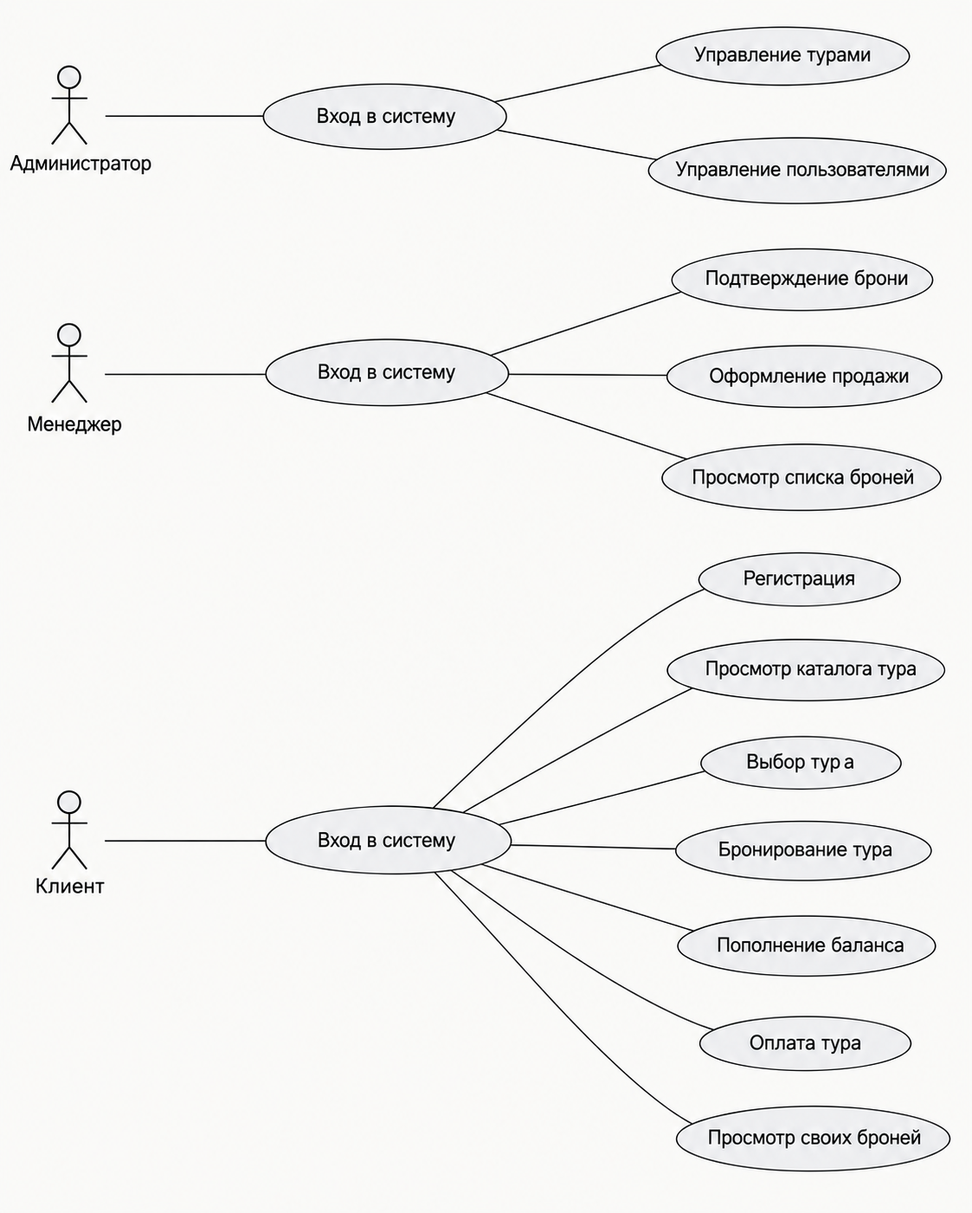
Before: docs/diagrams/use_case.png, a diagram exported from PlantUML (ego1sto666/accounting-for-travel-packages). Its source is kept beside it as docs/diagrams/use_case.puml. Source of this version:
```plantuml
@startuml
left to right direction
skinparam packageStyle rectangle

actor "Клиент" as Client
actor "Менеджер" as Manager
actor "Администратор" as Admin

Client -- (Вход в личный кабинет)
Manager -- (Вход для менеджера)
Admin -- (Вход в панель администратора)

(Вход в личный кабинет) -- (Регистрация)
(Вход в личный кабинет) -- (Просмотр каталога тура)
(Вход в личный кабинет) -- (Выбор тура)
(Вход в личный кабинет) -- (Бронирование тура)
(Вход в личный кабинет) -- (Пополнение баланса)
(Вход в личный кабинет) -- (Оплата тура)
(Вход в личный кабинет) -- (Просмотр своих броней)

(Вход для менеджера) -- (Потверждение брони)
(Вход для менеджера) -- (Оформление продажи)
(Вход для менеджера) -- (Просмотр списка броней)

(Вход в панель администратора) -- (Управление турами)
(Вход в панель администратора) -- (Управление пользователями)

@enduml
```
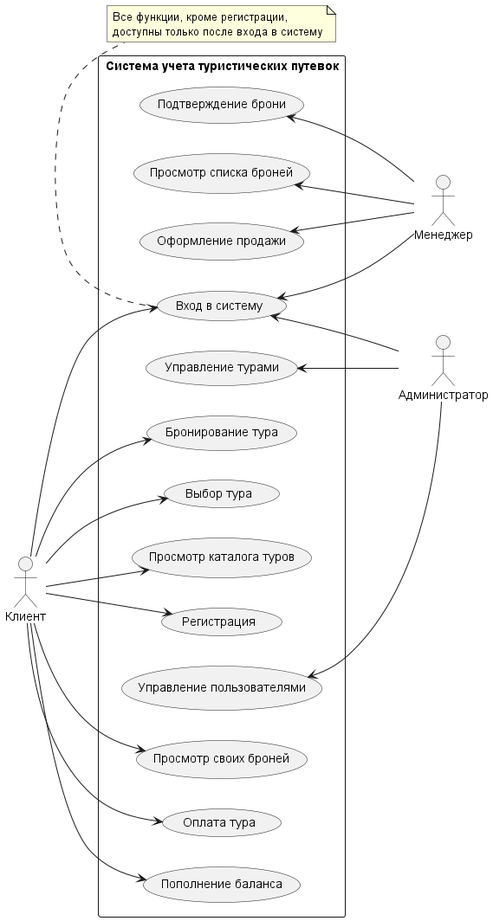
The same file after the commit.

Commit message:
Исправления ЛР1–3: схема БД, диаграммы, структура проекта, README

Change to the diagram source:
```diff
@@ -6,23 +6,45 @@
 actor "Менеджер" as Manager
 actor "Администратор" as Admin
 
-Client -- (Вход в личный кабинет)
-Manager -- (Вход для менеджера)
-Admin -- (Вход в панель администратора)
+rectangle "Система учета туристических путевок" {
+    usecase "Регистрация" as UC_Register
+    usecase "Вход в систему" as UC_Login
 
-(Вход в личный кабинет) -- (Регистрация)
-(Вход в личный кабинет) -- (Просмотр каталога тура)
-(Вход в личный кабинет) -- (Выбор тура)
-(Вход в личный кабинет) -- (Бронирование тура)
-(Вход в личный кабинет) -- (Пополнение баланса)
-(Вход в личный кабинет) -- (Оплата тура)
-(Вход в личный кабинет) -- (Просмотр своих броней)
+    usecase "Просмотр каталога туров" as UC_Catalog
+    usecase "Выбор тура" as UC_Choose
+    usecase "Бронирование тура" as UC_Book
+    usecase "Пополнение баланса" as UC_Balance
+    usecase "Оплата тура" as UC_Pay
+    usecase "Просмотр своих броней" as UC_MyBookings
 
-(Вход для менеджера) -- (Потверждение брони)
-(Вход для менеджера) -- (Оформление продажи)
-(Вход для менеджера) -- (Просмотр списка броней)
+    usecase "Подтверждение брони" as UC_Confirm
+    usecase "Оформление продажи" as UC_Sale
+    usecase "Просмотр списка броней" as UC_AllBookings
 
-(Вход в панель администратора) -- (Управление турами)
-(Вход в панель администратора) -- (Управление пользователями)
+    usecase "Управление турами" as UC_Tours
+    usecase "Управление пользователями" as UC_Users
+}
 
+Client --> UC_Register
+Client --> UC_Login
+Client --> UC_Catalog
+Client --> UC_Choose
+Client --> UC_Book
+Client --> UC_Balance
+Client --> UC_Pay
+Client --> UC_MyBookings
+
+UC_Login <-- Manager
+UC_Confirm <-- Manager
+UC_Sale <-- Manager
+UC_AllBookings <-- Manager
+
+UC_Login <-- Admin
+UC_Tours <-- Admin
+UC_Users <-- Admin
+
+note bottom of UC_Login
+  Все функции, кроме регистрации,
+  доступны только после входа в систему
+end note
 @enduml
```
